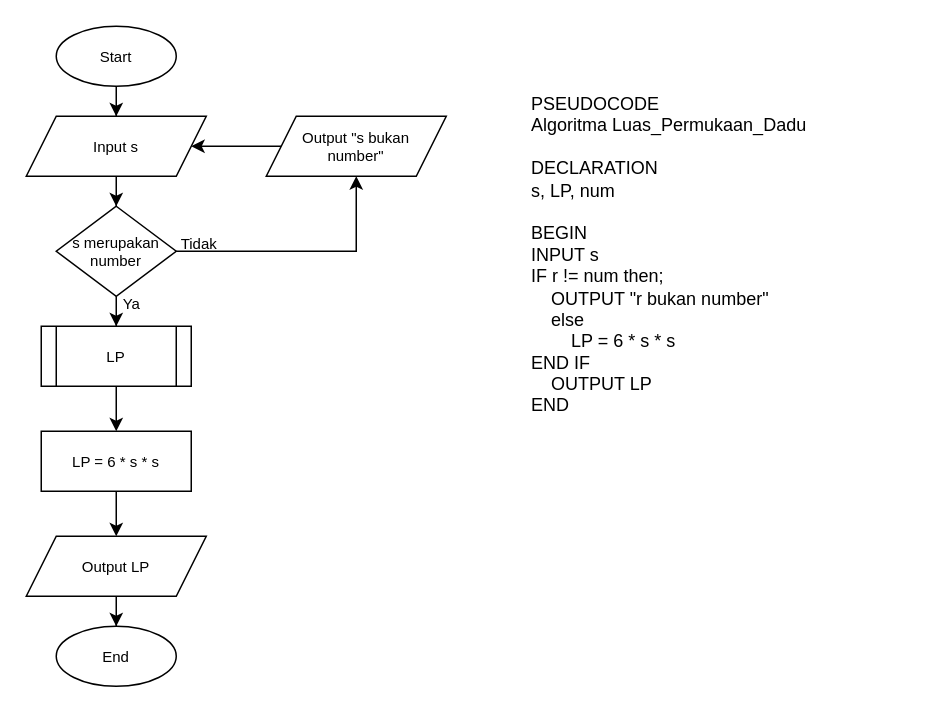
mfdrfauzi/fwg17-computer-science keeps this draw.io diagram as page "Luas Permukaan Dadu" (2 of 2) of 5-Flowchart.drawio. Above is the earlier version. Source tidied: cells renumbered, new cells numbered last; positions are measured from the earlier drawing's top-left corner, leaving out a move shared by most shapes. Both pictures are drawn from the tidied source at 150%, with x=0, y=0 at pixel (26, 26).
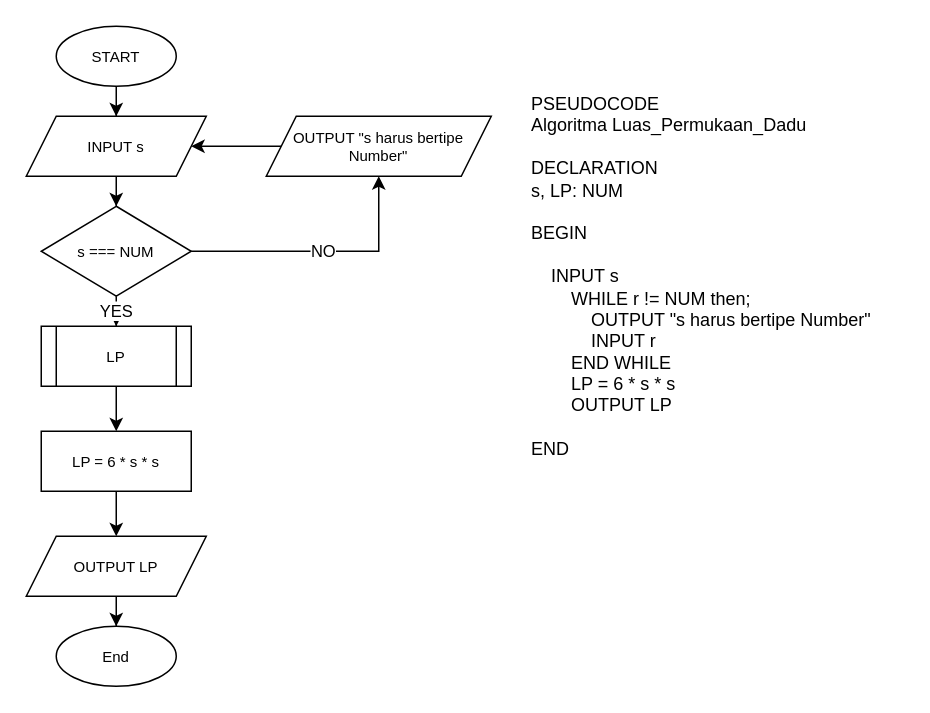
Above is the later version.

Unchanged cells that the change refers to:
```xml
<mxCell id="18" value="LP" style="shape=process;whiteSpace=wrap;html=1;backgroundOutline=1;fontSize=10;" parent="1" vertex="1">
  <mxGeometry x="10" y="200" width="100" height="40" as="geometry" />
</mxCell>
```

Diff of the diagram source:
```diff
@@
-    <mxCell id="3" value="Start" style="ellipse;whiteSpace=wrap;html=1;fontSize=10;" parent="1" vertex="1">
+    <mxCell id="3" value="START" style="ellipse;whiteSpace=wrap;html=1;fontSize=10;" parent="1" vertex="1">
       <mxGeometry x="20" width="80" height="40" as="geometry" />
     </mxCell>
-    <mxCell id="4" style="edgeStyle=orthogonalEdgeStyle;rounded=0;jettySize=auto;html=1;entryX=0.5;entryY=1;entryDx=0;entryDy=0;" parent="1" edge="1" source="6" target="11">
+    <mxCell id="4" value="NO" style="edgeStyle=orthogonalEdgeStyle;rounded=0;jettySize=auto;html=1;entryX=0.5;entryY=1;entryDx=0;entryDy=0;" parent="1" edge="1" source="6" target="11">
       <mxGeometry relative="1" as="geometry" />
     </mxCell>
-    <mxCell id="5" style="edgeStyle=orthogonalEdgeStyle;rounded=0;jettySize=auto;html=1;entryX=0.5;entryY=0;entryDx=0;entryDy=0;" parent="1" edge="1" source="6" target="18">
+    <mxCell id="5" value="YES" style="edgeStyle=orthogonalEdgeStyle;rounded=0;jettySize=auto;html=1;entryX=0.5;entryY=0;entryDx=0;entryDy=0;" parent="1" edge="1" source="6" target="18">
       <mxGeometry relative="1" as="geometry" />
     </mxCell>
-    <mxCell id="6" value="s merupakan number" style="rhombus;whiteSpace=wrap;html=1;fontSize=10;" parent="1" vertex="1">
-      <mxGeometry x="20" y="120" width="80" height="60" as="geometry" />
+    <mxCell id="6" value="s === NUM" style="rhombus;whiteSpace=wrap;html=1;fontSize=10;" parent="1" vertex="1">
+      <mxGeometry x="10" y="120" width="100" height="60" as="geometry" />
     </mxCell>
@@
-    <mxCell id="8" value="Input s" style="shape=parallelogram;perimeter=parallelogramPerimeter;whiteSpace=wrap;html=1;fixedSize=1;fontSize=10;" parent="1" vertex="1">
+    <mxCell id="8" value="INPUT s" style="shape=parallelogram;perimeter=parallelogramPerimeter;whiteSpace=wrap;html=1;fixedSize=1;fontSize=10;" parent="1" vertex="1">
       <mxGeometry y="60" width="120" height="40" as="geometry" />
     </mxCell>
-    <mxCell id="9" value="Tidak" style="text;html=1;align=center;verticalAlign=middle;strokeColor=none;fillColor=none;fontSize=10;" parent="1" vertex="1">
-      <mxGeometry x="90" y="130" width="50" height="30" as="geometry" />
-    </mxCell>
@@
-    <mxCell id="11" value="Output &quot;s bukan&lt;br&gt;number&quot;" style="shape=parallelogram;perimeter=parallelogramPerimeter;whiteSpace=wrap;html=1;fixedSize=1;fontSize=10;" parent="1" vertex="1">
-      <mxGeometry x="160" y="60" width="120" height="40" as="geometry" />
+    <mxCell id="11" value="OUTPUT &quot;s harus bertipe Number&quot;" style="shape=parallelogram;perimeter=parallelogramPerimeter;whiteSpace=wrap;html=1;fixedSize=1;fontSize=10;" parent="1" vertex="1">
+      <mxGeometry x="160" y="60" width="150" height="40" as="geometry" />
     </mxCell>
@@
-    <mxCell id="15" value="Output LP" style="shape=parallelogram;perimeter=parallelogramPerimeter;whiteSpace=wrap;html=1;fixedSize=1;fontSize=10;" parent="1" vertex="1">
+    <mxCell id="15" value="OUTPUT LP" style="shape=parallelogram;perimeter=parallelogramPerimeter;whiteSpace=wrap;html=1;fixedSize=1;fontSize=10;" parent="1" vertex="1">
       <mxGeometry y="340" width="120" height="40" as="geometry" />
     </mxCell>
@@
-    <mxCell id="19" value="Ya" style="text;html=1;align=center;verticalAlign=middle;strokeColor=none;fillColor=none;fontSize=10;" parent="1" vertex="1">
-      <mxGeometry x="50" y="170" width="40" height="30" as="geometry" />
-    </mxCell>
-    <mxCell id="20" value="PSEUDOCODE&lt;br&gt;&lt;div&gt;Algoritma Luas_Permukaan_Dadu&lt;/div&gt;&lt;div&gt;&lt;br&gt;&lt;/div&gt;&lt;div&gt;DECLARATION&lt;/div&gt;&lt;div&gt;s, LP, num&lt;/div&gt;&lt;div&gt;&lt;br&gt;&lt;/div&gt;&lt;div&gt;BEGIN&lt;/div&gt;&lt;div&gt;INPUT s&lt;span style=&quot;&quot;&gt;&lt;/span&gt;&lt;/div&gt;&lt;div&gt;IF r != num then;&lt;/div&gt;&lt;div&gt;&lt;span style=&quot;&quot;&gt;&lt;span style=&quot;&quot;&gt;&lt;span style=&quot;white-space: pre;&quot;&gt;&amp;nbsp;&amp;nbsp;&amp;nbsp;&amp;nbsp;&lt;/span&gt;&lt;/span&gt;OUTPUT &quot;r bukan number&quot;&lt;/span&gt;&lt;/div&gt;&lt;div&gt;&lt;span style=&quot;&quot;&gt;&lt;span style=&quot;&quot;&gt;&lt;span style=&quot;white-space: pre;&quot;&gt;&amp;nbsp;&amp;nbsp;&amp;nbsp;&amp;nbsp;&lt;/span&gt;&lt;/span&gt;else&lt;/span&gt;&lt;/div&gt;&lt;div&gt;&lt;span style=&quot;&quot;&gt;&lt;span style=&quot;&quot;&gt;&lt;span style=&quot;white-space: pre;&quot;&gt;&amp;nbsp;&amp;nbsp;&amp;nbsp;&amp;nbsp;&lt;/span&gt;&lt;span style=&quot;white-space: pre;&quot;&gt;&amp;nbsp;&amp;nbsp;&amp;nbsp;&amp;nbsp;&lt;/span&gt;&lt;/span&gt;LP = 6 * s * s&lt;/span&gt;&lt;/div&gt;&lt;div&gt;END IF&lt;/div&gt;&lt;div&gt;&lt;span style=&quot;&quot;&gt;&lt;span style=&quot;&quot;&gt;&lt;span style=&quot;white-space: pre;&quot;&gt;&amp;nbsp;&amp;nbsp;&amp;nbsp;&amp;nbsp;&lt;/span&gt;&lt;/span&gt;OUTPUT LP&lt;/span&gt;&lt;/div&gt;&lt;div&gt;END&lt;/div&gt;" style="text;html=1;align=left;verticalAlign=top;strokeColor=none;fillColor=none;" parent="1" vertex="1">
-      <mxGeometry x="335" y="38" width="210" height="230" as="geometry" />
+    <mxCell id="20" value="PSEUDOCODE&lt;br&gt;&lt;div&gt;Algoritma Luas_Permukaan_Dadu&lt;/div&gt;&lt;div&gt;&lt;br&gt;&lt;/div&gt;&lt;div&gt;DECLARATION&lt;/div&gt;&lt;div&gt;s, LP: NUM&lt;/div&gt;&lt;div&gt;&lt;br&gt;&lt;/div&gt;&lt;div&gt;BEGIN&lt;/div&gt;&lt;div&gt;&lt;br&gt;&lt;/div&gt;&lt;div&gt;&lt;span style=&quot;&quot;&gt;&lt;span style=&quot;white-space: pre;&quot;&gt;&amp;nbsp;&amp;nbsp;&amp;nbsp;&amp;nbsp;&lt;/span&gt;&lt;/span&gt;INPUT s&lt;span style=&quot;&quot;&gt;&lt;/span&gt;&lt;/div&gt;&lt;div&gt;&lt;span style=&quot;&quot;&gt;&lt;span style=&quot;white-space: pre;&quot;&gt;&amp;nbsp;&amp;nbsp;&amp;nbsp;&amp;nbsp;&lt;/span&gt;&lt;/span&gt;&lt;span style=&quot;&quot;&gt;&lt;span style=&quot;white-space: pre;&quot;&gt;&amp;nbsp;&amp;nbsp;&amp;nbsp;&amp;nbsp;&lt;/span&gt;&lt;/span&gt;WHILE&amp;nbsp;r != NUM then;&lt;/div&gt;&lt;div style=&quot;border-color: var(--border-color);&quot;&gt;&lt;span style=&quot;border-color: var(--border-color);&quot;&gt;&lt;span style=&quot;border-color: var(--border-color);&quot;&gt;&lt;span style=&quot;border-color: var(--border-color);&quot;&gt;&amp;nbsp;&amp;nbsp;&amp;nbsp;&amp;nbsp;&lt;span style=&quot;border-color: var(--border-color);&quot;&gt;&lt;span style=&quot;white-space: pre;&quot;&gt;&amp;nbsp;&amp;nbsp;&amp;nbsp;&amp;nbsp;&lt;/span&gt;&lt;span style=&quot;border-color: var(--border-color);&quot;&gt;&lt;span style=&quot;white-space: pre;&quot;&gt;&amp;nbsp;&amp;nbsp;&amp;nbsp;&amp;nbsp;&lt;/span&gt;&lt;/span&gt;&lt;/span&gt;&lt;/span&gt;&lt;/span&gt;OUTPUT &quot;s harus bertipe Number&quot;&lt;/span&gt;&lt;/div&gt;&lt;div style=&quot;border-color: var(--border-color);&quot;&gt;&lt;span style=&quot;border-color: var(--border-color);&quot;&gt;&lt;span style=&quot;border-color: var(--border-color);&quot;&gt;&lt;span style=&quot;white-space: pre;&quot;&gt;&amp;nbsp;&amp;nbsp;&amp;nbsp;&amp;nbsp;&lt;/span&gt;&lt;span style=&quot;border-color: var(--border-color);&quot;&gt;&lt;span style=&quot;white-space: pre;&quot;&gt;&amp;nbsp;&amp;nbsp;&amp;nbsp;&amp;nbsp;    &lt;/span&gt;&lt;/span&gt;I&lt;/span&gt;NPUT r&lt;br style=&quot;border-color: var(--border-color);&quot;&gt;&lt;/span&gt;&lt;/div&gt;&lt;div style=&quot;border-color: var(--border-color);&quot;&gt;&lt;span style=&quot;border-color: var(--border-color);&quot;&gt;&lt;span style=&quot;border-color: var(--border-color);&quot;&gt;&lt;span style=&quot;white-space: pre;&quot;&gt;&amp;nbsp;&amp;nbsp;&amp;nbsp;&amp;nbsp;&lt;span style=&quot;white-space: pre;&quot;&gt;&#9;&lt;/span&gt;&lt;/span&gt;&lt;/span&gt;END WHILE&lt;/span&gt;&lt;/div&gt;&lt;div&gt;&lt;span style=&quot;&quot;&gt;&lt;span style=&quot;&quot;&gt;&lt;span style=&quot;&quot;&gt;&amp;nbsp;&amp;nbsp;&amp;nbsp;&amp;nbsp;&lt;/span&gt;&lt;span style=&quot;&quot;&gt;&amp;nbsp;&amp;nbsp;&amp;nbsp;&amp;nbsp;&lt;/span&gt;&lt;/span&gt;LP = 6 * s * s&lt;/span&gt;&lt;/div&gt;&lt;div&gt;&lt;span style=&quot;&quot;&gt;&lt;span style=&quot;&quot;&gt;&lt;span style=&quot;&quot;&gt;&amp;nbsp;&amp;nbsp;&amp;nbsp;&amp;nbsp;&lt;span style=&quot;&quot;&gt;&lt;span style=&quot;white-space: pre;&quot;&gt;&amp;nbsp;&amp;nbsp;&amp;nbsp;&amp;nbsp;&lt;/span&gt;&lt;/span&gt;&lt;/span&gt;&lt;/span&gt;OUTPUT LP&lt;br&gt;&lt;/span&gt;&lt;/div&gt;&lt;div&gt;&lt;/div&gt;&lt;div&gt;&lt;br&gt;&lt;/div&gt;&lt;div&gt;END&lt;/div&gt;" style="text;html=1;align=left;verticalAlign=top;strokeColor=none;fillColor=none;" parent="1" vertex="1">
+      <mxGeometry x="335" y="38" width="250" height="260" as="geometry" />
     </mxCell>
```
